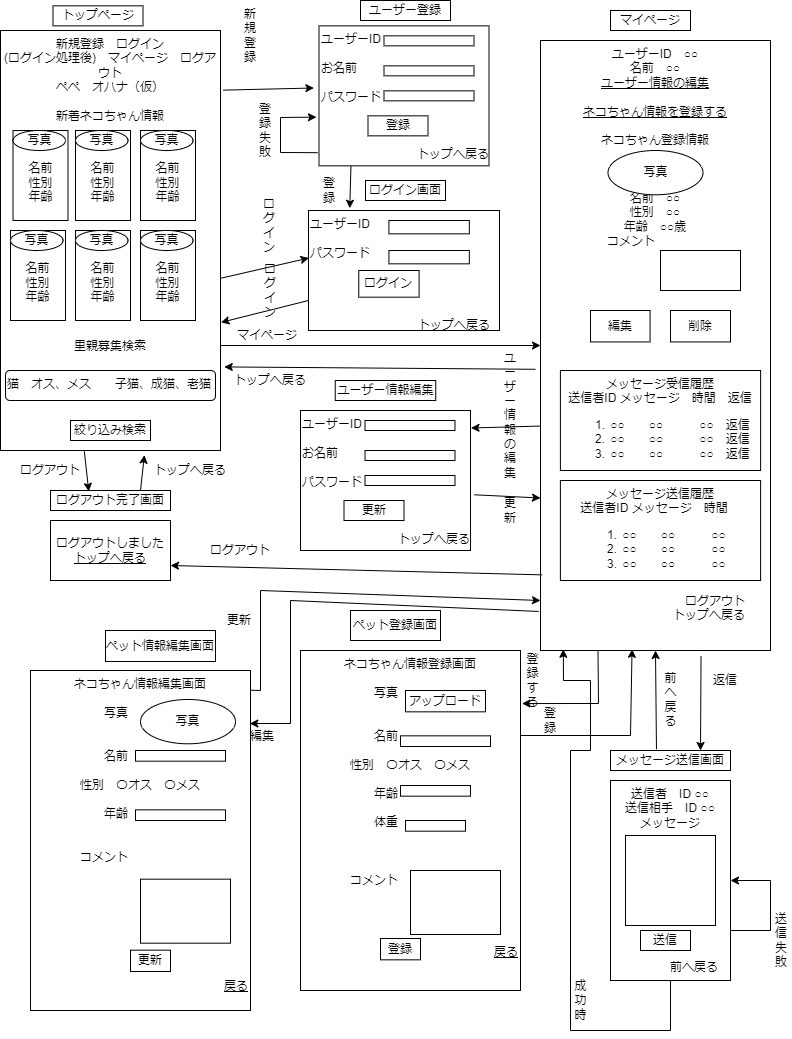
The draw.io diagram Work/画面遷移図/ねこまっち画面遷移図2.drawio (2).png in sakuwell/pepe, before a commit. Source tidied: cells renumbered, new cells last; positions are measured from the earlier drawing's top-left corner, leaving out a move shared by most shapes.
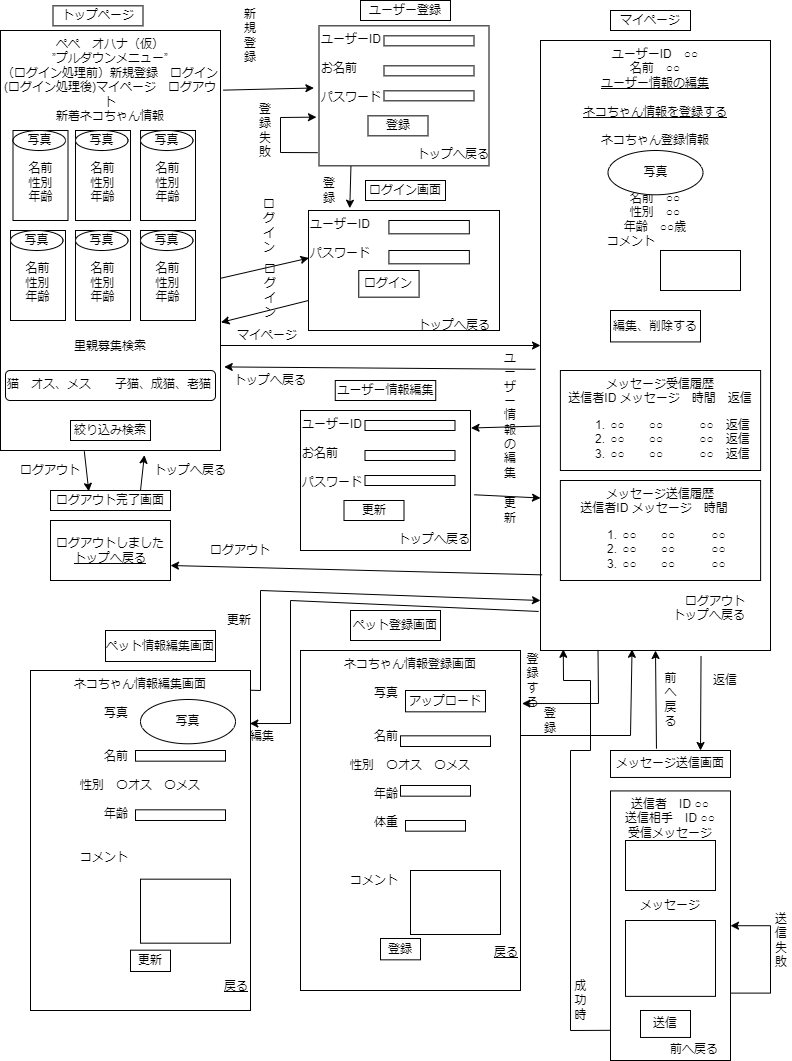
Later version of the same file.

Commit message:
画面遷移図更新

The edit, as a diff of the source:
```diff
@@ -59,7 +59,7 @@
     <mxCell id="20" value="ペット情報編集画面" style="rounded=0;whiteSpace=wrap;html=1;" parent="1" vertex="1">
       <mxGeometry x="105" y="630" width="110" height="31" as="geometry" />
     </mxCell>
-    <mxCell id="21" value="新規登録　ログイン&lt;br&gt;(ログイン処理後)　マイページ　ログアウト&lt;br&gt;ペペ　オハナ（仮）&lt;br&gt;&lt;br&gt;新着ネコちゃん情報&lt;br&gt;&lt;br&gt;&lt;br&gt;&lt;br&gt;&lt;br&gt;&lt;br&gt;&lt;br&gt;&lt;br&gt;&lt;br&gt;&lt;br&gt;&lt;br&gt;&lt;br&gt;&lt;br&gt;&lt;br&gt;&lt;br&gt;&lt;br&gt;里親募集検索" style="rounded=0;whiteSpace=wrap;html=1;verticalAlign=top;" parent="1" vertex="1">
+    <mxCell id="21" value="ペペ　オハナ（仮）&lt;br&gt;”プルダウンメニュー”&lt;br&gt;（ログイン処理前）新規登録　ログイン&lt;br&gt;(ログイン処理後)マイページ　ログアウト&lt;br&gt;新着ネコちゃん情報&lt;br&gt;&lt;br&gt;&lt;br&gt;&lt;br&gt;&lt;br&gt;&lt;br&gt;&lt;br&gt;&lt;br&gt;&lt;br&gt;&lt;br&gt;&lt;br&gt;&lt;br&gt;&lt;br&gt;&lt;br&gt;&lt;br&gt;&lt;br&gt;里親募集検索" style="rounded=0;whiteSpace=wrap;html=1;verticalAlign=top;" parent="1" vertex="1">
       <mxGeometry y="30" width="220" height="420" as="geometry" />
     </mxCell>
     <mxCell id="22" value="トップページ" style="rounded=0;whiteSpace=wrap;html=1;" parent="1" vertex="1">
@@ -155,31 +155,34 @@
       </mxGeometry>
     </mxCell>
     <mxCell id="51" style="group;" parent="1" vertex="1">
-      <mxGeometry x="610" y="750" width="120" height="230" as="geometry" />
+      <mxGeometry x="610" y="750" width="120" height="310" as="geometry" />
     </mxCell>
     <mxCell id="52" value="メッセージ送信画面" style="rounded=0;whiteSpace=wrap;html=1;" parent="51" vertex="1">
-      <mxGeometry width="120" height="20" as="geometry" />
+      <mxGeometry width="120" height="27" as="geometry" />
     </mxCell>
     <mxCell id="53" style="group;" parent="51" vertex="1">
-      <mxGeometry y="30" width="120" height="200" as="geometry" />
+      <mxGeometry y="40.4" width="120" height="269.6" as="geometry" />
     </mxCell>
-    <mxCell id="54" value="送信者　ID ○○&lt;br&gt;送信相手　ID ○○&lt;br&gt;メッセージ&lt;br&gt;&lt;br&gt;&lt;br&gt;&lt;br&gt;&lt;br&gt;&lt;br&gt;&lt;br&gt;&lt;br&gt;&lt;br&gt;&lt;br&gt;　　　　前へ戻る" style="rounded=0;whiteSpace=wrap;html=1;verticalAlign=top;" parent="53" vertex="1">
-      <mxGeometry width="120" height="200" as="geometry" />
+    <mxCell id="54" value="送信者　ID ○○&lt;br&gt;送信相手　ID ○○&lt;br&gt;受信メッセージ&lt;br&gt;&lt;br&gt;&lt;br&gt;&lt;br&gt;&lt;br&gt;メッセージ&lt;br&gt;&lt;br&gt;&lt;br&gt;&lt;br&gt;&lt;br&gt;&lt;br&gt;&lt;br&gt;&lt;br&gt;&lt;br&gt;&lt;br&gt;　　　　前へ戻る" style="rounded=0;whiteSpace=wrap;html=1;verticalAlign=top;" parent="53" vertex="1">
+      <mxGeometry width="120" height="269.6" as="geometry" />
     </mxCell>
     <mxCell id="55" style="rounded=0;whiteSpace=wrap;html=1;" parent="53" vertex="1">
-      <mxGeometry x="15" y="55" width="90" height="90" as="geometry" />
+      <mxGeometry x="15" y="129.6" width="90" height="75.9" as="geometry" />
     </mxCell>
     <mxCell id="56" value="送信" style="rounded=0;whiteSpace=wrap;html=1;" parent="53" vertex="1">
-      <mxGeometry x="30" y="150" width="50" height="20" as="geometry" />
+      <mxGeometry x="30" y="219.6" width="50" height="27" as="geometry" />
     </mxCell>
     <mxCell id="57" style="endArrow=classic;html=1;rounded=0;exitX=1;exitY=0.75;exitDx=0;exitDy=0;entryX=1;entryY=0.5;entryDx=0;entryDy=0;" parent="53" edge="1" source="54" target="54">
       <mxGeometry relative="1" as="geometry">
         <Array as="points">
-          <mxPoint x="160" y="150" />
-          <mxPoint x="160" y="100" />
+          <mxPoint x="160" y="202.2" />
+          <mxPoint x="160" y="134.8" />
         </Array>
       </mxGeometry>
     </mxCell>
+    <mxCell id="123" style="rounded=0;whiteSpace=wrap;html=1;" parent="53" vertex="1">
+      <mxGeometry x="15" y="49.6" width="90" height="50" as="geometry" />
+    </mxCell>
     <mxCell id="58" style="group;" parent="1" vertex="1">
       <mxGeometry x="540" y="10" width="230" height="640" as="geometry" />
     </mxCell>
@@ -198,12 +201,9 @@
     <mxCell id="63" style="rounded=0;whiteSpace=wrap;html=1;" parent="60" vertex="1">
       <mxGeometry x="120" y="210" width="80" height="40" as="geometry" />
     </mxCell>
-    <mxCell id="64" value="編集" style="rounded=0;whiteSpace=wrap;html=1;" parent="60" vertex="1">
-      <mxGeometry x="50" y="270" width="59.6" height="31.4" as="geometry" />
+    <mxCell id="64" value="編集、削除する" style="rounded=0;whiteSpace=wrap;html=1;" parent="60" vertex="1">
+      <mxGeometry x="70" y="270" width="90" height="31.4" as="geometry" />
     </mxCell>
-    <mxCell id="65" value="削除" style="rounded=0;whiteSpace=wrap;html=1;" parent="60" vertex="1">
-      <mxGeometry x="130" y="270" width="60" height="31.4" as="geometry" />
-    </mxCell>
     <mxCell id="66" value="メッセージ受信履歴&lt;br&gt;&lt;span style=&quot;background-color: initial;&quot;&gt;送信者ID メッセージ　時間　返信&lt;br&gt;&lt;ol&gt;&lt;li&gt;&lt;span style=&quot;background-color: initial;&quot;&gt;○○　　○○　　　○○　返信&lt;/span&gt;&lt;/li&gt;&lt;li style=&quot;border-color: var(--border-color);&quot;&gt;○○　　○○　　　○○　返信&lt;/li&gt;&lt;li style=&quot;border-color: var(--border-color);&quot;&gt;○○　　○○　　　○○　返信&lt;/li&gt;&lt;/ol&gt;&lt;/span&gt;&lt;div style=&quot;text-align: justify;&quot;&gt;&lt;/div&gt;" style="rounded=0;whiteSpace=wrap;html=1;verticalAlign=top;" parent="60" vertex="1">
       <mxGeometry x="19.9" y="330" width="200.2" height="100" as="geometry" />
     </mxCell>
@@ -388,10 +388,9 @@
     <mxCell id="120" value="前へ戻る" style="rounded=0;whiteSpace=wrap;html=1;fillColor=none;strokeColor=none;" parent="1" vertex="1">
       <mxGeometry x="657.5" y="690" width="25" height="17.5" as="geometry" />
     </mxCell>
-    <mxCell id="121" style="endArrow=classic;html=1;rounded=0;exitX=0.5;exitY=1;exitDx=0;exitDy=0;entryX=0.099;entryY=0.998;entryDx=0;entryDy=0;entryPerimeter=0;" parent="1" edge="1" source="54" target="61">
+    <mxCell id="121" style="endArrow=classic;html=1;rounded=0;entryX=0.099;entryY=0.998;entryDx=0;entryDy=0;entryPerimeter=0;exitX=-0.006;exitY=0.888;exitDx=0;exitDy=0;exitPerimeter=0;" parent="1" edge="1" source="54" target="61">
       <mxGeometry relative="1" as="geometry">
         <Array as="points">
-          <mxPoint x="670" y="1030" />
           <mxPoint x="570" y="1030" />
           <mxPoint x="570" y="750" />
           <mxPoint x="590" y="750" />
```
